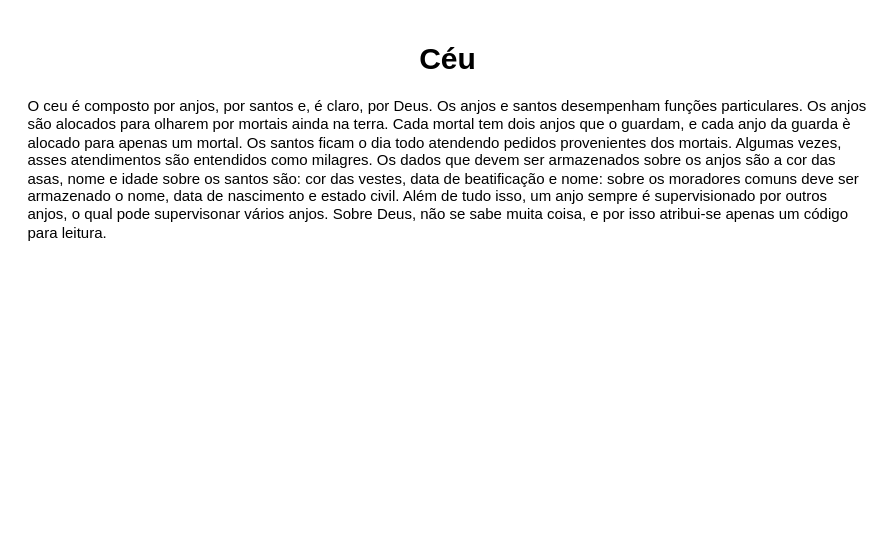
Above: BancoDeDados/2DiagramaCeu.drawio in VEORR4/SIS (draw.io), before the change. Source tidied: cells renumbered, new cells numbered last; positions are measured from the earlier drawing's top-left corner, leaving out a move shared by most shapes. Both pictures are drawn from the tidied source at 125%, with x=0, y=0 at pixel (21, 34).
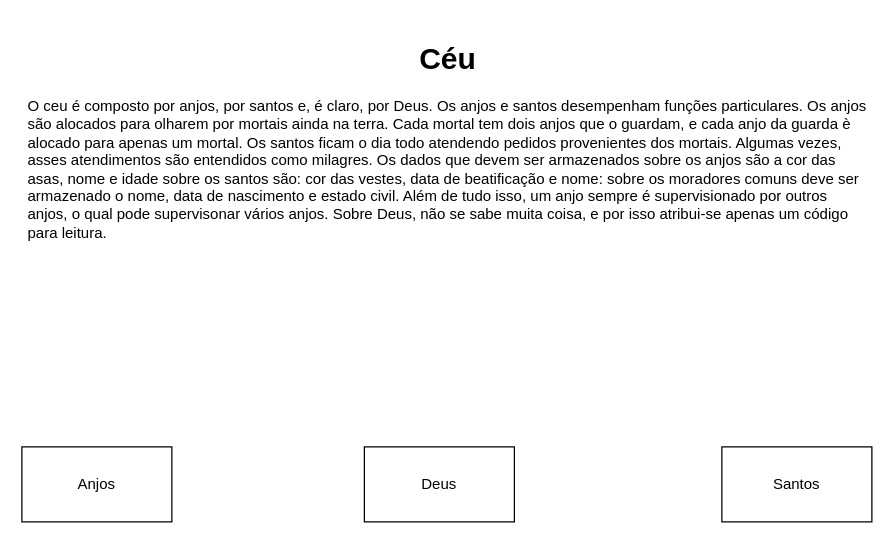
Above is the later version.

What changed in the source:
```diff
@@
 <mxGraphModel>
   <root>
     <mxCell id="0" />
     <mxCell id="1" parent="0" />
     <mxCell id="2" value="&lt;h1 style=&quot;text-align: center;&quot;&gt;Céu&lt;/h1&gt;&lt;p&gt;O ceu é composto por anjos, por santos e, é claro, por Deus. Os anjos e santos desempenham funções particulares. Os anjos são alocados para olharem por mortais ainda na terra. Cada mortal tem dois anjos que o guardam, e cada anjo da guarda è alocado para apenas um mortal. Os santos ficam o dia todo atendendo pedidos provenientes dos mortais. Algumas vezes, asses atendimentos são entendidos como milagres. Os dados que devem ser armazenados sobre os anjos são a cor das asas, nome e idade sobre os santos são: cor das vestes, data de beatificação e nome: sobre os moradores comuns deve ser armazenado o nome, data de nascimento e estado civil. Além de tudo isso, um anjo sempre é supervisionado por outros anjos, o qual pode supervisonar vários anjos. Sobre Deus, não se sabe muita coisa, e por isso atribui-se apenas um código para leitura.&lt;br&gt;&lt;/p&gt;" style="text;html=1;spacing=5;spacingTop=-20;whiteSpace=wrap;overflow=hidden;rounded=0;" parent="1" vertex="1">
       <mxGeometry width="680" height="190" as="geometry" />
     </mxCell>
+    <mxCell id="3" value="Deus" style="rounded=0;whiteSpace=wrap;html=1;" parent="1" vertex="1">
+      <mxGeometry x="274" y="330" width="120" height="60" as="geometry" />
+    </mxCell>
+    <mxCell id="4" value="Santos" style="rounded=0;whiteSpace=wrap;html=1;" parent="1" vertex="1">
+      <mxGeometry x="560" y="330" width="120" height="60" as="geometry" />
+    </mxCell>
+    <mxCell id="5" value="Anjos" style="rounded=0;whiteSpace=wrap;html=1;" parent="1" vertex="1">
+      <mxGeometry y="330" width="120" height="60" as="geometry" />
+    </mxCell>
   </root>
 </mxGraphModel>
```
